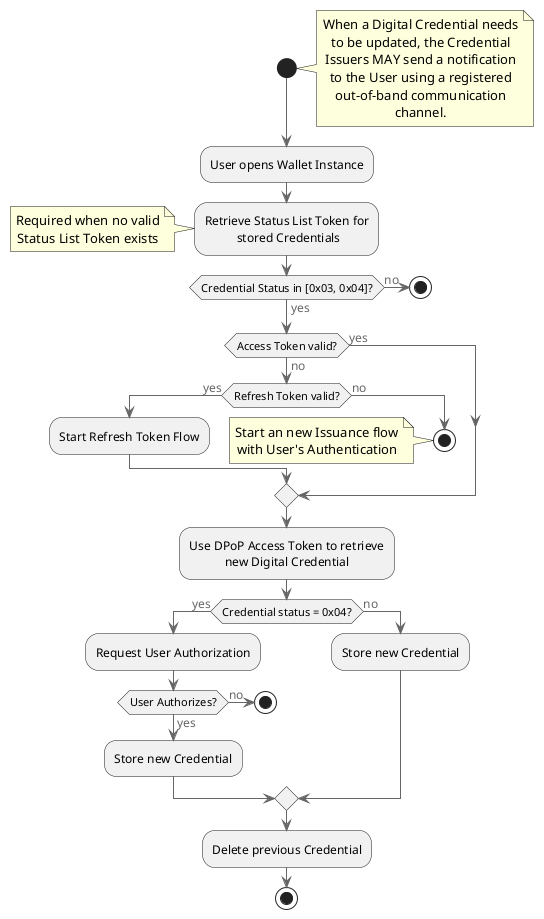
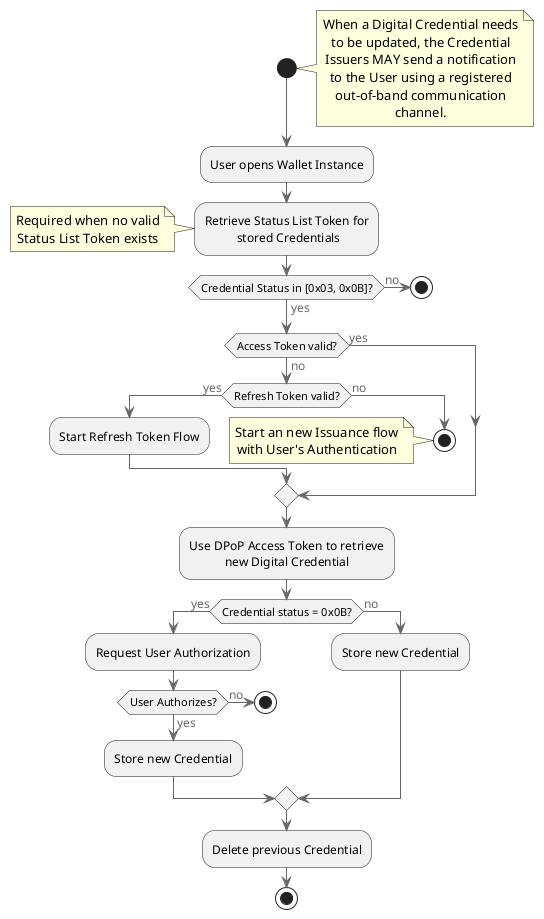
@startuml Digital Credential Lifecycle
!include <C4/C4_Dynamic>


start
note right
When a Digital Credential needs to be updated, the Credential Issuers MAY send a notification to the User using a registered out-of-band communication channel.
end note

:User opens Wallet Instance;

   :Retrieve Status List Token for
    stored Credentials;
    note left
    Required when no valid
    Status List Token exists
    end note
-     if (Credential Status in [0x03, 0x04]?) then (yes)
+     if (Credential Status in [0x03, 0x0B]?) then (yes)
     else (no)
             stop
     endif

        if (Access Token valid?) then (yes)

        else (no)
            if (Refresh Token valid?) then (yes)
              :Start Refresh Token Flow;
            else (no)
              stop
              note
               Start an new Issuance flow
               with User's Authentication
              end note
            endif
        endif

        :Use DPoP Access Token to retrieve
        new Digital Credential;
-         if (Credential status = 0x04?) then (yes)
+         if (Credential status = 0x0B?) then (yes)
            :Request User Authorization;
            if (User Authorizes?) then (yes)
                :Store new Credential;
            else (no)
                stop
            endif
        else (no)
            :Store new Credential;
        endif

        :Delete previous Credential;

stop
@enduml